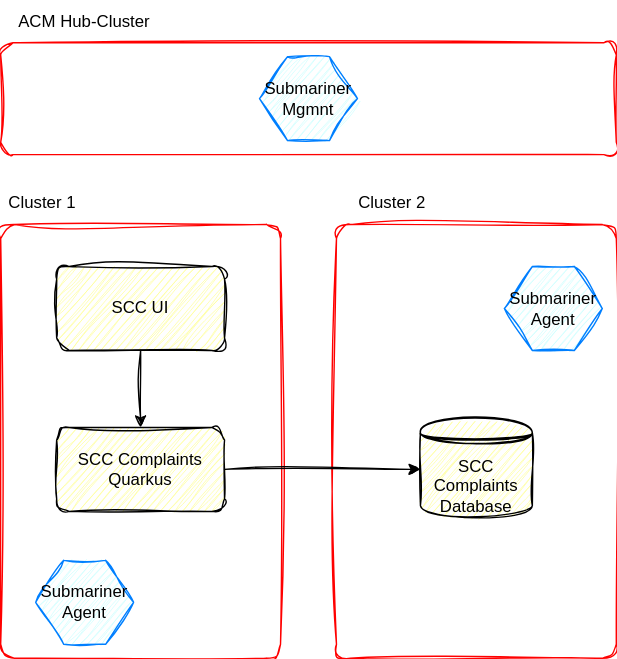
domenico-piol/rh-crossclusternetworking keeps this draw.io diagram as diagrams/architecture-submariner.drawio.svg. Above is the earlier version. Source tidied: cells renumbered, new cells last; positions are measured from the earlier drawing's top-left corner, leaving out a move shared by most shapes.
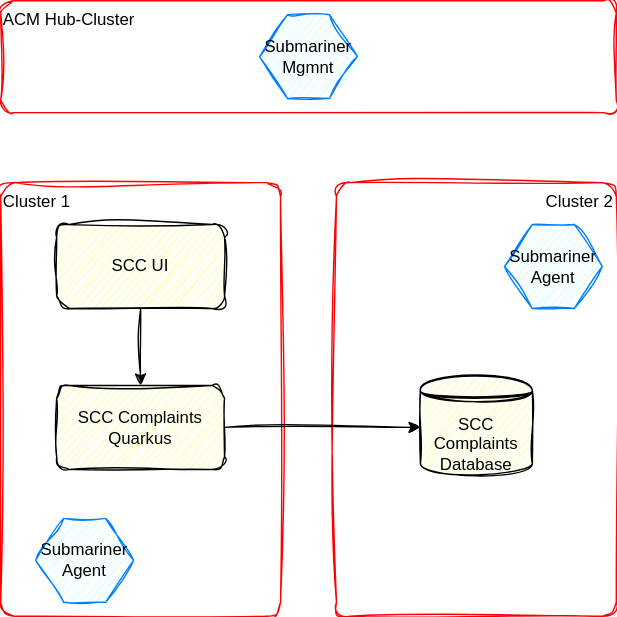
After the change.

What changed in the source:
```diff
@@ -2,10 +2,10 @@
   <root>
     <mxCell id="0" />
     <mxCell id="1" parent="0" />
-    <mxCell id="2" style="rounded=1;whiteSpace=wrap;html=1;fillColor=none;arcSize=5;strokeColor=#FF0000;sketch=1;curveFitting=1;jiggle=2;" parent="1" vertex="1">
+    <mxCell id="2" value="Cluster 2" style="rounded=1;whiteSpace=wrap;html=1;fillColor=none;arcSize=5;strokeColor=#FF0000;sketch=1;curveFitting=1;jiggle=2;verticalAlign=top;align=right;" parent="1" vertex="1">
       <mxGeometry x="240" y="160" width="200" height="310" as="geometry" />
     </mxCell>
-    <mxCell id="3" style="rounded=1;whiteSpace=wrap;html=1;fillColor=none;arcSize=5;strokeColor=#FF0000;glass=0;sketch=1;curveFitting=1;jiggle=2;" parent="1" vertex="1">
+    <mxCell id="3" value="Cluster 1" style="rounded=1;whiteSpace=wrap;html=1;fillColor=none;arcSize=5;strokeColor=#FF0000;glass=0;sketch=1;curveFitting=1;jiggle=2;verticalAlign=top;align=left;" parent="1" vertex="1">
       <mxGeometry y="160" width="200" height="310" as="geometry" />
     </mxCell>
     <mxCell id="4" style="edgeStyle=none;html=1;entryX=0.5;entryY=0;entryDx=0;entryDy=0;sketch=1;curveFitting=1;jiggle=2;" parent="1" edge="1" source="5" target="7">
@@ -23,18 +23,9 @@
     <mxCell id="8" value="SCC Complaints Database" style="shape=datastore;whiteSpace=wrap;html=1;sketch=1;curveFitting=1;jiggle=2;fillColor=#FFFF99;" parent="1" vertex="1">
       <mxGeometry x="300" y="300" width="80" height="70" as="geometry" />
     </mxCell>
-    <mxCell id="9" value="Cluster 1" style="text;html=1;align=center;verticalAlign=middle;whiteSpace=wrap;rounded=0;sketch=1;curveFitting=1;jiggle=2;" parent="1" vertex="1">
-      <mxGeometry y="130" width="60" height="30" as="geometry" />
-    </mxCell>
-    <mxCell id="10" value="Cluster 2" style="text;html=1;align=center;verticalAlign=middle;whiteSpace=wrap;rounded=0;sketch=1;curveFitting=1;jiggle=2;" parent="1" vertex="1">
-      <mxGeometry x="250" y="130" width="60" height="30" as="geometry" />
-    </mxCell>
-    <mxCell id="11" style="rounded=1;whiteSpace=wrap;html=1;fillColor=none;arcSize=11;strokeColor=#FF0000;sketch=1;curveFitting=1;jiggle=2;" parent="1" vertex="1">
+    <mxCell id="11" value="&lt;span style=&quot;color: rgb(0, 0, 0); font-family: Helvetica; font-size: 12px; font-style: normal; font-variant-ligatures: normal; font-variant-caps: normal; font-weight: 400; letter-spacing: normal; orphans: 2; text-indent: 0px; text-transform: none; widows: 2; word-spacing: 0px; -webkit-text-stroke-width: 0px; white-space: normal; background-color: rgb(251, 251, 251); text-decoration-thickness: initial; text-decoration-style: initial; text-decoration-color: initial; float: none; display: inline !important;&quot;&gt;ACM Hub-Cluster&lt;/span&gt;" style="rounded=1;whiteSpace=wrap;html=1;fillColor=none;arcSize=11;strokeColor=#FF0000;sketch=1;curveFitting=1;jiggle=2;align=left;verticalAlign=top;" parent="1" vertex="1">
       <mxGeometry y="30" width="440" height="80" as="geometry" />
     </mxCell>
-    <mxCell id="12" value="ACM Hub-Cluster" style="text;html=1;align=center;verticalAlign=middle;whiteSpace=wrap;rounded=0;sketch=1;curveFitting=1;jiggle=2;" parent="1" vertex="1">
-      <mxGeometry x="10" width="100" height="30" as="geometry" />
-    </mxCell>
     <mxCell id="13" value="Submariner&lt;div&gt;Mgmnt&lt;/div&gt;" style="shape=hexagon;perimeter=hexagonPerimeter2;whiteSpace=wrap;html=1;fixedSize=1;strokeColor=#007FFF;fillColor=#CCFFFF;sketch=1;curveFitting=1;jiggle=2;" parent="1" vertex="1">
       <mxGeometry x="185" y="40" width="70" height="60" as="geometry" />
     </mxCell>
```
